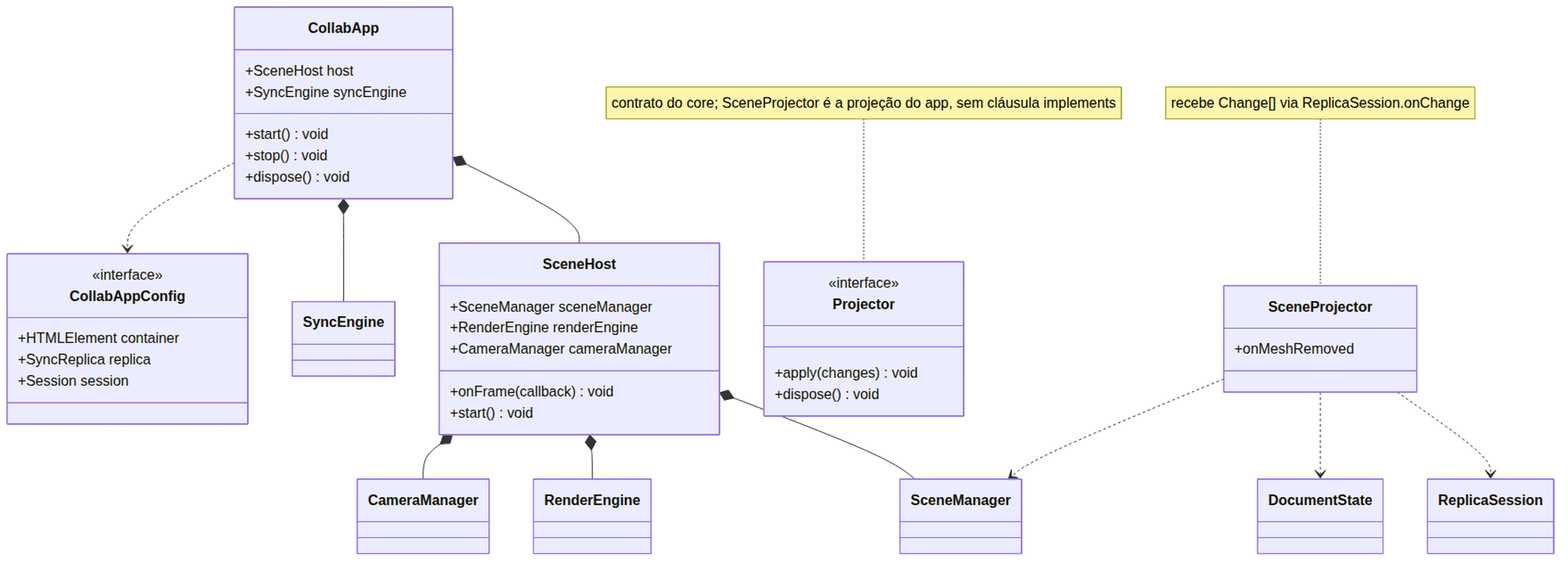
Before: docs/diagrams/out/b5-render-core.png, a diagram exported from Mermaid (ssugary/BlenderPDS). Its source is kept beside it as docs/diagrams/src/b5-render-core.mmd.
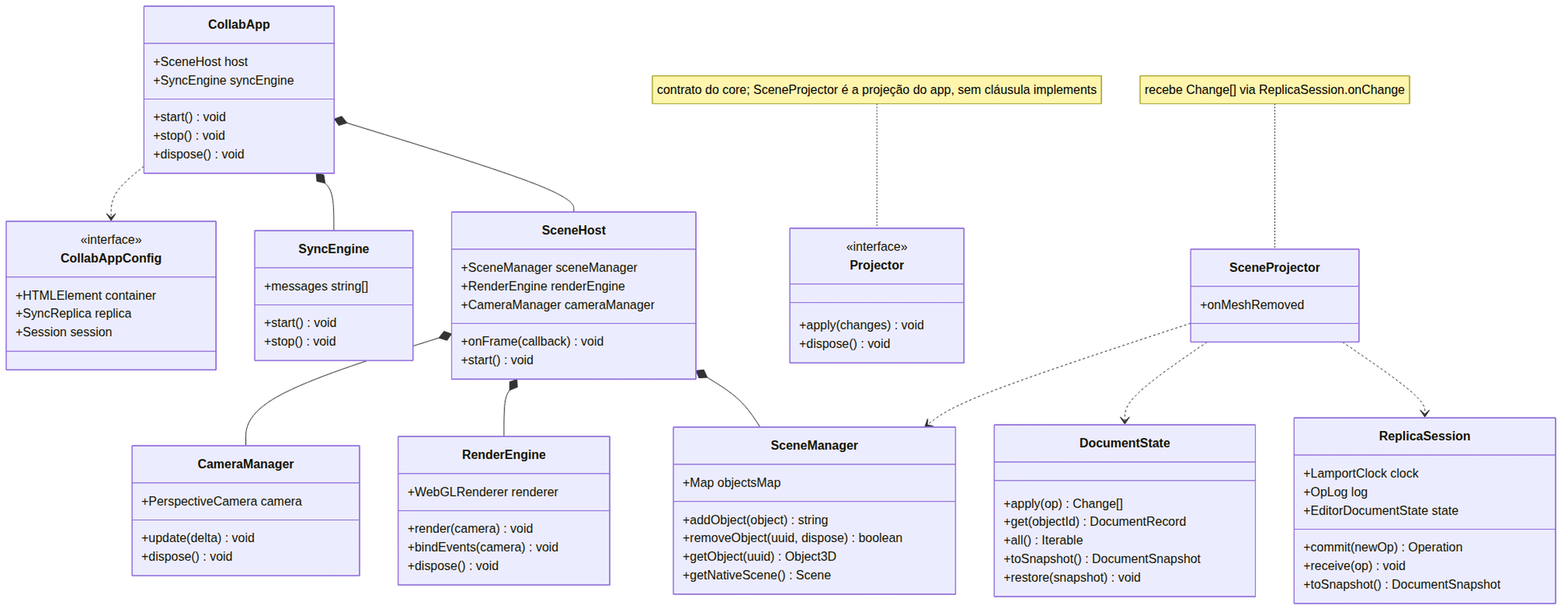
After the change.

The edit, as a diff of the source:
```diff
@@ -23,10 +23,29 @@
         +onFrame(callback) void
         +start() void
     }
-    class SceneManager
-    class RenderEngine
-    class CameraManager
-    class SyncEngine
+    class SceneManager {
+    +Map objectsMap
+    +addObject(object) string
+    +removeObject(uuid, dispose) boolean
+    +getObject(uuid) Object3D
+    +getNativeScene() Scene
+    }
+    class RenderEngine {
+    +WebGLRenderer renderer
+    +render(camera) void
+    +bindEvents(camera) void
+    +dispose() void
+    }
+    class CameraManager {
+    +PerspectiveCamera camera
+    +update(delta) void
+    +dispose() void
+    }
+    class SyncEngine {
+    +start() void
+    +stop() void
+    +messages string[]
+    }
     class Projector {
         <<interface>>
         +apply(changes) void
@@ -35,8 +54,21 @@
     class SceneProjector {
         +onMeshRemoved
     }
-    class DocumentState
-    class ReplicaSession
+    class DocumentState {
+    +apply(op) Change[]
+    +get(objectId) DocumentRecord
+    +all() Iterable
+    +toSnapshot() DocumentSnapshot
+    +restore(snapshot) void
+    }
+    class ReplicaSession {
+    +LamportClock clock
+    +OpLog log
+    +EditorDocumentState state
+    +commit(newOp) Operation
+    +receive(op) void
+    +toSnapshot() DocumentSnapshot
+    }
 
     CollabApp *-- SceneHost
     CollabApp *-- SyncEngine
```
